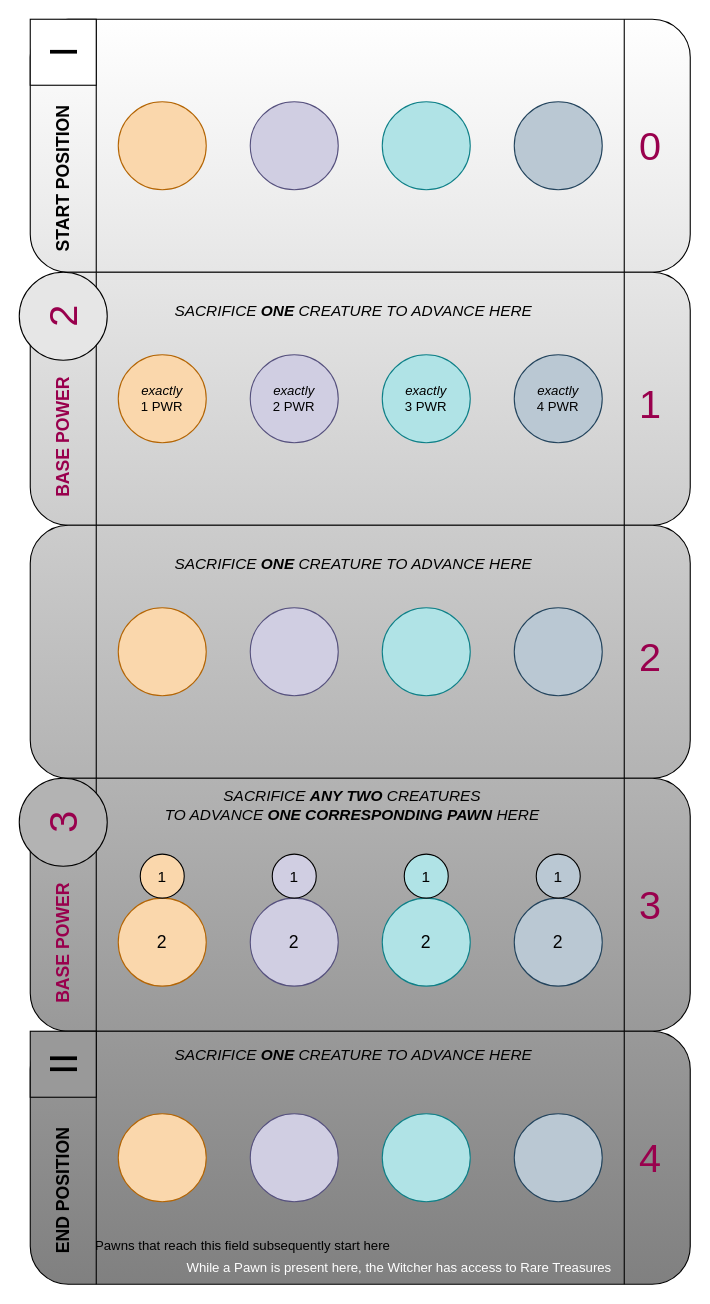
Before: AltarSkirmish.drawio in eldritch-bender/OPMech, a draw.io diagram. Source tidied: cells renumbered, new cells numbered last; positions are measured from the earlier drawing's top-left corner, leaving out a move shared by most shapes. Both pictures are drawn from the tidied source at 110%, with x=0, y=0 at pixel (19, 19).
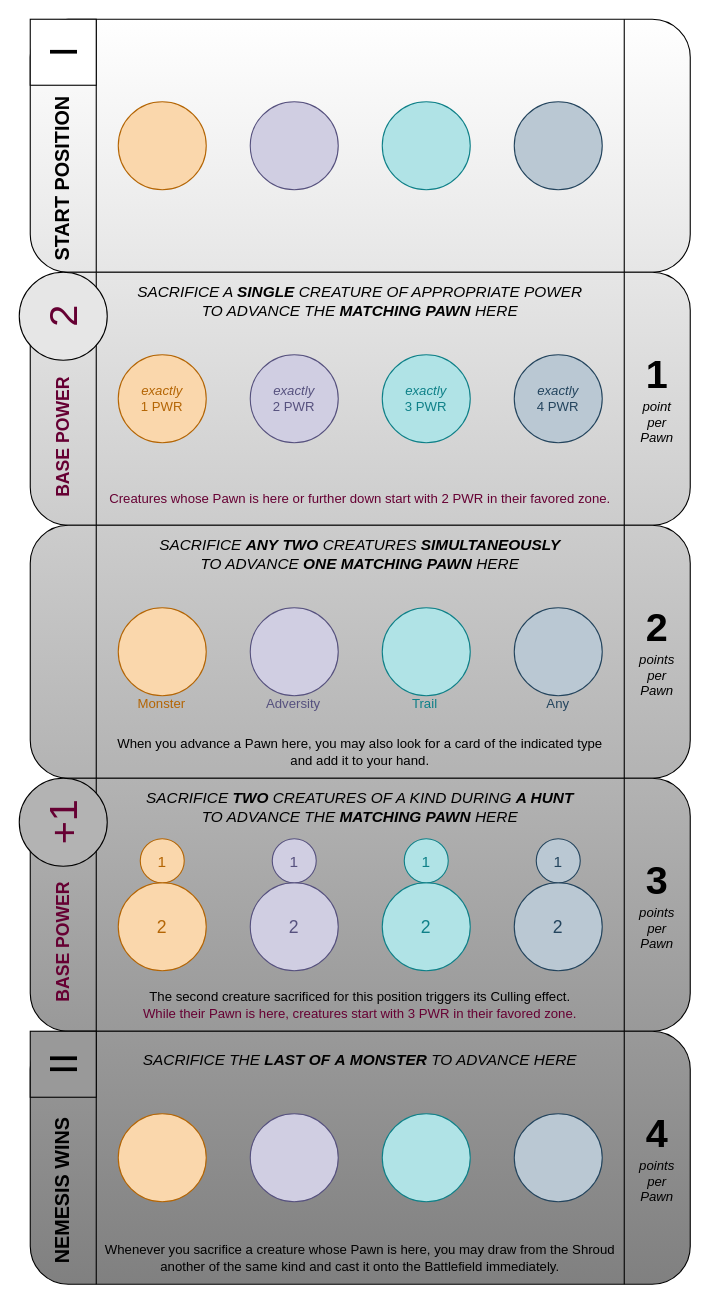
The same diagram, later.

The edit, as a diff of the source:
```diff
@@
-    <mxCell id="8" value="&lt;font style=&quot;font-size: 16px&quot;&gt;2&lt;/font&gt;" style="ellipse;whiteSpace=wrap;html=1;fillColor=#d0cee2;strokeColor=#56517e;rounded=1;" parent="1" vertex="1">
-      <mxGeometry x="210" y="799" width="80" height="80" as="geometry" />
+    <mxCell id="8" value="&lt;font style=&quot;font-size: 16px&quot; color=&quot;#56517e&quot;&gt;2&lt;/font&gt;" style="ellipse;whiteSpace=wrap;html=1;fillColor=#d0cee2;strokeColor=#56517e;rounded=1;" parent="1" vertex="1">
+      <mxGeometry x="210" y="785" width="80" height="80" as="geometry" />
     </mxCell>
-    <mxCell id="9" value="&lt;font style=&quot;font-size: 14px&quot;&gt;1&lt;/font&gt;" style="ellipse;whiteSpace=wrap;html=1;fontSize=16;fillColor=#D0CEE2;" parent="1" vertex="1">
-      <mxGeometry x="230" y="759" width="40" height="40" as="geometry" />
+    <mxCell id="9" value="&lt;font style=&quot;font-size: 14px&quot;&gt;1&lt;/font&gt;" style="ellipse;whiteSpace=wrap;html=1;fontSize=16;fillColor=#D0CEE2;strokeColor=#56517E;fontColor=#56517E;" parent="1" vertex="1">
+      <mxGeometry x="230" y="745" width="40" height="40" as="geometry" />
     </mxCell>
@@
-    <mxCell id="11" value="&lt;i&gt;exactly&lt;/i&gt;&lt;br&gt;2 PWR" style="ellipse;whiteSpace=wrap;html=1;fillColor=#d0cee2;strokeColor=#56517e;rounded=1;" parent="1" vertex="1">
+    <mxCell id="11" value="&lt;i&gt;exactly&lt;/i&gt;&lt;br&gt;2 PWR" style="ellipse;whiteSpace=wrap;html=1;fillColor=#d0cee2;strokeColor=#56517e;rounded=1;fontColor=#56517E;" parent="1" vertex="1">
       <mxGeometry x="210" y="305" width="80" height="80" as="geometry" />
     </mxCell>
@@
-    <mxCell id="16" value="&lt;i&gt;exactly&lt;/i&gt;&lt;br&gt;3 PWR" style="ellipse;whiteSpace=wrap;html=1;fillColor=#b0e3e6;strokeColor=#0e8088;rounded=1;" parent="1" vertex="1">
+    <mxCell id="16" value="&lt;i&gt;exactly&lt;/i&gt;&lt;br&gt;3 PWR" style="ellipse;whiteSpace=wrap;html=1;fillColor=#b0e3e6;strokeColor=#0e8088;rounded=1;fontColor=#0E8088;" parent="1" vertex="1">
       <mxGeometry x="330" y="305" width="80" height="80" as="geometry" />
     </mxCell>
-    <mxCell id="17" value="&lt;i&gt;exactly&lt;/i&gt;&lt;br&gt;4 PWR" style="ellipse;whiteSpace=wrap;html=1;fillColor=#bac8d3;strokeColor=#23445d;rounded=1;" parent="1" vertex="1">
+    <mxCell id="17" value="&lt;i&gt;exactly&lt;/i&gt;&lt;br&gt;4 PWR" style="ellipse;whiteSpace=wrap;html=1;fillColor=#bac8d3;strokeColor=#23445d;rounded=1;fontColor=#23445D;" parent="1" vertex="1">
       <mxGeometry x="450" y="305" width="80" height="80" as="geometry" />
     </mxCell>
-    <mxCell id="18" value="&lt;i&gt;exactly&lt;/i&gt;&lt;br&gt;1 PWR" style="ellipse;whiteSpace=wrap;html=1;fillColor=#fad7ac;strokeColor=#b46504;rounded=1;" parent="1" vertex="1">
+    <mxCell id="18" value="&lt;i&gt;exactly&lt;/i&gt;&lt;br&gt;1 PWR" style="ellipse;whiteSpace=wrap;html=1;fillColor=#fad7ac;strokeColor=#b46504;rounded=1;fontColor=#B46504;" parent="1" vertex="1">
       <mxGeometry x="90" y="305" width="80" height="80" as="geometry" />
     </mxCell>
@@
-    <mxCell id="22" value="&lt;i style=&quot;font-size: 14px&quot;&gt;SACRIFICE &lt;b&gt;ANY&amp;nbsp;TWO &lt;/b&gt;CREATURES&lt;b&gt;&lt;br&gt;&lt;/b&gt;TO ADVANCE&amp;nbsp;&lt;b&gt;ONE CORRESPONDING PAWN&amp;nbsp;&lt;/b&gt;HERE&lt;/i&gt;" style="text;html=1;strokeColor=none;fillColor=none;align=center;verticalAlign=middle;whiteSpace=wrap;rounded=1;" parent="1" vertex="1">
-      <mxGeometry x="63" y="699" width="480" height="30" as="geometry" />
+    <mxCell id="22" value="&lt;i style=&quot;font-size: 14px&quot;&gt;SACRIFICE&amp;nbsp;&lt;b&gt;TWO &lt;/b&gt;CREATURES OF A KIND DURING&amp;nbsp;&lt;b&gt;A HUNT&lt;br&gt;&lt;/b&gt;TO ADVANCE&amp;nbsp;THE &lt;b&gt;MATCHING PAWN&amp;nbsp;&lt;/b&gt;HERE&lt;/i&gt;" style="text;html=1;strokeColor=none;fillColor=none;align=center;verticalAlign=middle;whiteSpace=wrap;rounded=1;" parent="1" vertex="1">
+      <mxGeometry x="70" y="701" width="480" height="30" as="geometry" />
     </mxCell>
-    <mxCell id="23" value="&lt;font style=&quot;font-size: 16px&quot;&gt;2&lt;/font&gt;" style="ellipse;whiteSpace=wrap;html=1;fillColor=#b0e3e6;strokeColor=#0e8088;rounded=1;" parent="1" vertex="1">
-      <mxGeometry x="330" y="799" width="80" height="80" as="geometry" />
+    <mxCell id="23" value="&lt;font style=&quot;font-size: 16px&quot;&gt;2&lt;/font&gt;" style="ellipse;whiteSpace=wrap;html=1;fillColor=#b0e3e6;strokeColor=#0E8088;rounded=1;fontColor=#0E8088;" parent="1" vertex="1">
+      <mxGeometry x="330" y="785" width="80" height="80" as="geometry" />
     </mxCell>
-    <mxCell id="24" value="&lt;font style=&quot;font-size: 16px&quot;&gt;2&lt;/font&gt;" style="ellipse;whiteSpace=wrap;html=1;fillColor=#bac8d3;strokeColor=#23445d;rounded=1;" parent="1" vertex="1">
-      <mxGeometry x="450" y="799" width="80" height="80" as="geometry" />
+    <mxCell id="24" value="&lt;font style=&quot;font-size: 16px&quot;&gt;2&lt;/font&gt;" style="ellipse;whiteSpace=wrap;html=1;fillColor=#bac8d3;strokeColor=#23445D;rounded=1;fontColor=#23445D;" parent="1" vertex="1">
+      <mxGeometry x="450" y="785" width="80" height="80" as="geometry" />
     </mxCell>
-    <mxCell id="25" value="&lt;font style=&quot;font-size: 16px&quot;&gt;2&lt;/font&gt;" style="ellipse;whiteSpace=wrap;html=1;fillColor=#fad7ac;strokeColor=#b46504;rounded=1;" parent="1" vertex="1">
-      <mxGeometry x="90" y="799" width="80" height="80" as="geometry" />
+    <mxCell id="25" value="&lt;font style=&quot;font-size: 16px&quot;&gt;2&lt;/font&gt;" style="ellipse;whiteSpace=wrap;html=1;fillColor=#fad7ac;strokeColor=#b46504;rounded=1;fontColor=#B46504;" parent="1" vertex="1">
+      <mxGeometry x="90" y="785" width="80" height="80" as="geometry" />
     </mxCell>
@@
-    <mxCell id="29" value="&lt;i style=&quot;font-size: 14px&quot;&gt;SACRIFICE &lt;b&gt;ONE&lt;/b&gt; CREATURE TO ADVANCE HERE&lt;/i&gt;" style="text;html=1;strokeColor=none;fillColor=none;align=center;verticalAlign=middle;whiteSpace=wrap;rounded=1;" parent="1" vertex="1">
-      <mxGeometry x="64" y="250" width="480" height="30" as="geometry" />
-    </mxCell>
-    <mxCell id="30" value="&lt;font style=&quot;font-size: 14px&quot;&gt;1&lt;/font&gt;" style="ellipse;whiteSpace=wrap;html=1;fontSize=16;fillColor=#B0E3E6;" parent="1" vertex="1">
-      <mxGeometry x="350" y="759" width="40" height="40" as="geometry" />
+    <mxCell id="30" value="&lt;font style=&quot;font-size: 14px&quot;&gt;1&lt;/font&gt;" style="ellipse;whiteSpace=wrap;html=1;fontSize=16;fillColor=#B0E3E6;strokeColor=#0E8088;fontColor=#0E8088;" parent="1" vertex="1">
+      <mxGeometry x="350" y="745" width="40" height="40" as="geometry" />
     </mxCell>
-    <mxCell id="31" value="&lt;font style=&quot;font-size: 14px&quot;&gt;1&lt;/font&gt;" style="ellipse;whiteSpace=wrap;html=1;fontSize=16;fillColor=#FAD7AC;" parent="1" vertex="1">
-      <mxGeometry x="110" y="759" width="40" height="40" as="geometry" />
+    <mxCell id="31" value="&lt;font style=&quot;font-size: 14px&quot; color=&quot;#b46504&quot;&gt;1&lt;/font&gt;" style="ellipse;whiteSpace=wrap;html=1;fontSize=16;fillColor=#FAD7AC;strokeColor=#B46504;" parent="1" vertex="1">
+      <mxGeometry x="110" y="745" width="40" height="40" as="geometry" />
     </mxCell>
-    <mxCell id="32" value="&lt;font style=&quot;font-size: 14px&quot;&gt;1&lt;/font&gt;" style="ellipse;whiteSpace=wrap;html=1;fontSize=16;fillColor=#BAC8D3;" parent="1" vertex="1">
-      <mxGeometry x="470" y="759" width="40" height="40" as="geometry" />
+    <mxCell id="32" value="&lt;font style=&quot;font-size: 14px&quot;&gt;1&lt;/font&gt;" style="ellipse;whiteSpace=wrap;html=1;fontSize=16;fillColor=#BAC8D3;strokeColor=#23445D;fontColor=#23445D;" parent="1" vertex="1">
+      <mxGeometry x="470" y="745" width="40" height="40" as="geometry" />
     </mxCell>
-    <mxCell id="33" value="&amp;nbsp;Pawns that reach this field subsequently start here" style="text;html=1;strokeColor=none;fillColor=none;align=left;verticalAlign=middle;whiteSpace=wrap;rounded=0;fontSize=12;" parent="1" vertex="1">
-      <mxGeometry x="64" y="1100" width="480" height="30" as="geometry" />
+    <mxCell id="33" value="Whenever you sacrifice a creature whose Pawn is here, you may draw from the Shroud another of the same kind and cast it onto the Battlefield immediately." style="text;strokeColor=none;fillColor=none;align=center;verticalAlign=middle;rounded=0;fontSize=12;whiteSpace=wrap;html=1;spacingTop=0;spacingLeft=7;spacingRight=7;" parent="1" vertex="1">
+      <mxGeometry x="70" y="1111" width="480" height="30" as="geometry" />
     </mxCell>
-    <mxCell id="34" value="&lt;i style=&quot;font-size: 14px&quot;&gt;SACRIFICE &lt;b&gt;ONE&lt;/b&gt; CREATURE TO ADVANCE HERE&lt;/i&gt;" style="text;html=1;strokeColor=none;fillColor=none;align=center;verticalAlign=middle;whiteSpace=wrap;rounded=1;" parent="1" vertex="1">
-      <mxGeometry x="63.5" y="927" width="480" height="30" as="geometry" />
+    <mxCell id="34" value="&lt;i style=&quot;font-size: 14px&quot;&gt;SACRIFICE THE &lt;b&gt;LAST OF&amp;nbsp;A&amp;nbsp;MONSTER&lt;/b&gt; TO ADVANCE HERE&lt;/i&gt;" style="text;html=1;strokeColor=none;fillColor=none;align=center;verticalAlign=middle;whiteSpace=wrap;rounded=1;" parent="1" vertex="1">
+      <mxGeometry x="70" y="931" width="480" height="30" as="geometry" />
     </mxCell>
-    <mxCell id="35" value="While a Pawn is present here, the Witcher has access to Rare Treasures&amp;nbsp;" style="text;html=1;strokeColor=none;fillColor=none;align=right;verticalAlign=middle;whiteSpace=wrap;rounded=0;fontSize=12;fontColor=#FFFFFF;" parent="1" vertex="1">
-      <mxGeometry x="64" y="1120" width="480" height="30" as="geometry" />
-    </mxCell>
-    <mxCell id="36" value="&lt;span style=&quot;font-size: 36px&quot;&gt;0&lt;/span&gt;" style="text;html=1;strokeColor=none;fillColor=none;align=center;verticalAlign=middle;whiteSpace=wrap;rounded=0;fontSize=12;fontColor=#99004D;" parent="1" vertex="1">
-      <mxGeometry x="544" y="100" width="60" height="30" as="geometry" />
-    </mxCell>
-    <mxCell id="37" value="&lt;span style=&quot;font-size: 36px&quot;&gt;1&lt;/span&gt;" style="text;html=1;strokeColor=none;fillColor=none;align=center;verticalAlign=middle;whiteSpace=wrap;rounded=0;fontSize=12;fontColor=#99004D;" parent="1" vertex="1">
-      <mxGeometry x="544" y="335" width="60" height="30" as="geometry" />
-    </mxCell>
-    <mxCell id="38" value="&lt;span style=&quot;font-size: 36px&quot;&gt;2&lt;/span&gt;" style="text;html=1;strokeColor=none;fillColor=none;align=center;verticalAlign=middle;whiteSpace=wrap;rounded=0;fontSize=12;fontColor=#99004D;" parent="1" vertex="1">
-      <mxGeometry x="544" y="565" width="60" height="30" as="geometry" />
-    </mxCell>
-    <mxCell id="39" value="&lt;span style=&quot;font-size: 36px&quot;&gt;3&lt;/span&gt;" style="text;html=1;strokeColor=none;fillColor=none;align=center;verticalAlign=middle;whiteSpace=wrap;rounded=0;fontSize=12;fontColor=#99004D;" parent="1" vertex="1">
-      <mxGeometry x="544" y="790" width="60" height="30" as="geometry" />
-    </mxCell>
-    <mxCell id="40" value="&lt;span style=&quot;font-size: 36px&quot;&gt;4&lt;/span&gt;" style="text;html=1;strokeColor=none;fillColor=none;align=center;verticalAlign=middle;whiteSpace=wrap;rounded=0;fontSize=12;fontColor=#99004D;" parent="1" vertex="1">
-      <mxGeometry x="544" y="1020" width="60" height="30" as="geometry" />
-    </mxCell>
-    <mxCell id="41" value="&lt;font style=&quot;font-size: 16px&quot;&gt;BASE POWER&lt;br&gt;&lt;/font&gt;" style="text;html=1;strokeColor=none;fillColor=none;align=center;verticalAlign=middle;whiteSpace=wrap;horizontal=0;fontStyle=1;rounded=0;fontColor=#99004D;" parent="1" vertex="1">
-      <mxGeometry x="10" y="760" width="60" height="160" as="geometry" />
+    <mxCell id="41" value="&lt;font style=&quot;font-size: 16px&quot;&gt;BASE POWER&lt;br&gt;&lt;/font&gt;" style="text;html=1;strokeColor=none;fillColor=none;align=center;verticalAlign=middle;whiteSpace=wrap;horizontal=0;fontStyle=1;rounded=0;fontColor=#660033;" parent="1" vertex="1">
+      <mxGeometry x="10" y="759" width="60" height="160" as="geometry" />
     </mxCell>
-    <mxCell id="42" value="&lt;font color=&quot;#99004d&quot;&gt;3&lt;/font&gt;" style="ellipse;whiteSpace=wrap;html=1;labelBackgroundColor=none;labelBorderColor=none;fontSize=36;fontColor=#000000;fillColor=#B3B3B3;gradientColor=none;verticalAlign=middle;horizontal=0;" parent="1" vertex="1">
+    <mxCell id="42" value="&lt;font&gt;+1&lt;/font&gt;" style="ellipse;whiteSpace=wrap;html=1;labelBackgroundColor=none;labelBorderColor=none;fontSize=36;fontColor=#660033;fillColor=#B3B3B3;gradientColor=none;verticalAlign=middle;horizontal=0;" parent="1" vertex="1">
       <mxGeometry y="690" width="80" height="80" as="geometry" />
     </mxCell>
@@
-    <mxCell id="44" value="&lt;span style=&quot;font-size: 16px&quot;&gt;START POSITION&lt;/span&gt;" style="text;html=1;strokeColor=none;fillColor=none;align=center;verticalAlign=middle;whiteSpace=wrap;horizontal=0;fontStyle=1;rounded=0;fontColor=#000000;labelBackgroundColor=none;labelBorderColor=none;" parent="1" vertex="1">
+    <mxCell id="44" value="&lt;span style=&quot;font-size: 18px;&quot;&gt;START POSITION&lt;/span&gt;" style="text;html=1;strokeColor=none;fillColor=none;align=center;verticalAlign=middle;whiteSpace=wrap;horizontal=0;fontStyle=1;rounded=0;fontColor=#000000;labelBackgroundColor=none;labelBorderColor=none;fontSize=18;" parent="1" vertex="1">
       <mxGeometry x="10" y="60" width="60" height="170" as="geometry" />
     </mxCell>
@@
-    <mxCell id="46" value="&lt;span style=&quot;font-size: 16px&quot;&gt;END POSITION&lt;/span&gt;" style="text;html=1;strokeColor=none;fillColor=none;align=center;verticalAlign=middle;whiteSpace=wrap;horizontal=0;fontStyle=1;rounded=0;fontColor=#000000;labelBackgroundColor=none;labelBorderColor=none;" parent="1" vertex="1">
+    <mxCell id="46" value="&lt;span style=&quot;font-size: 18px;&quot;&gt;NEMESIS WINS&lt;/span&gt;" style="text;html=1;strokeColor=none;fillColor=none;align=center;verticalAlign=middle;whiteSpace=wrap;horizontal=0;fontStyle=1;rounded=0;fontColor=#000000;labelBackgroundColor=none;labelBorderColor=none;fontSize=18;" parent="1" vertex="1">
       <mxGeometry x="10" y="980" width="60" height="170" as="geometry" />
     </mxCell>
-    <mxCell id="47" value="&lt;i style=&quot;font-size: 14px&quot;&gt;SACRIFICE &lt;b&gt;ONE&lt;/b&gt; CREATURE TO ADVANCE HERE&lt;/i&gt;" style="text;html=1;strokeColor=none;fillColor=none;align=center;verticalAlign=middle;whiteSpace=wrap;rounded=1;" parent="1" vertex="1">
-      <mxGeometry x="64" y="480" width="480" height="30" as="geometry" />
+    <mxCell id="47" value="&lt;i style=&quot;font-size: 14px&quot;&gt;SACRIFICE &lt;b&gt;ANY&amp;nbsp;TWO&amp;nbsp;&lt;/b&gt;CREATURES &lt;b&gt;SIMULTANEOUSLY&lt;/b&gt;&lt;br&gt;TO ADVANCE &lt;b&gt;ONE MATCHING PAWN&lt;/b&gt; HERE&lt;/i&gt;" style="text;html=1;strokeColor=none;fillColor=none;align=center;verticalAlign=middle;whiteSpace=wrap;rounded=1;" parent="1" vertex="1">
+      <mxGeometry x="70" y="471" width="480" height="30" as="geometry" />
     </mxCell>
-    <mxCell id="48" value="&lt;font style=&quot;font-size: 16px&quot;&gt;BASE POWER&lt;br&gt;&lt;/font&gt;" style="text;html=1;strokeColor=none;fillColor=none;align=center;verticalAlign=middle;whiteSpace=wrap;horizontal=0;fontStyle=1;rounded=0;fontColor=#99004D;" parent="1" vertex="1">
+    <mxCell id="48" value="&lt;font style=&quot;font-size: 16px&quot;&gt;BASE POWER&lt;br&gt;&lt;/font&gt;" style="text;html=1;strokeColor=none;fillColor=none;align=center;verticalAlign=middle;whiteSpace=wrap;horizontal=0;fontStyle=1;rounded=0;fontColor=#660033;" parent="1" vertex="1">
       <mxGeometry x="10" y="300" width="60" height="160" as="geometry" />
     </mxCell>
-    <mxCell id="49" value="&lt;font color=&quot;#99004d&quot;&gt;2&lt;/font&gt;" style="ellipse;whiteSpace=wrap;html=1;labelBackgroundColor=none;labelBorderColor=none;fontSize=36;fontColor=#000000;fillColor=#E6E6E6;gradientColor=none;verticalAlign=middle;horizontal=0;" parent="1" vertex="1">
+    <mxCell id="49" value="&lt;font&gt;2&lt;/font&gt;" style="ellipse;whiteSpace=wrap;html=1;labelBackgroundColor=none;labelBorderColor=none;fontSize=36;fontColor=#660033;fillColor=#E6E6E6;gradientColor=none;verticalAlign=middle;horizontal=0;" parent="1" vertex="1">
       <mxGeometry y="230" width="80" height="80" as="geometry" />
     </mxCell>
+    <mxCell id="50" value="&amp;nbsp; &amp;nbsp; &amp;nbsp; &amp;nbsp; &amp;nbsp;&lt;font color=&quot;#b46504&quot;&gt;Monster&lt;/font&gt;&amp;nbsp; &amp;nbsp; &amp;nbsp; &amp;nbsp; &amp;nbsp; &amp;nbsp; &amp;nbsp; &amp;nbsp; &amp;nbsp; &amp;nbsp; &amp;nbsp;&amp;nbsp;&lt;font color=&quot;#56517e&quot;&gt;Adversity&lt;/font&gt;&amp;nbsp; &amp;nbsp; &amp;nbsp; &amp;nbsp; &amp;nbsp; &amp;nbsp; &amp;nbsp; &amp;nbsp; &amp;nbsp; &amp;nbsp; &amp;nbsp; &amp;nbsp; &amp;nbsp;&lt;font color=&quot;#0e8088&quot;&gt;Trail&lt;/font&gt;&amp;nbsp; &amp;nbsp; &amp;nbsp; &amp;nbsp; &amp;nbsp; &amp;nbsp; &amp;nbsp; &amp;nbsp; &amp;nbsp; &amp;nbsp; &amp;nbsp; &amp;nbsp; &amp;nbsp; &amp;nbsp; &amp;nbsp; &lt;font color=&quot;#23445d&quot;&gt;Any&lt;/font&gt;" style="text;html=1;strokeColor=none;fillColor=none;align=left;verticalAlign=middle;whiteSpace=wrap;rounded=0;fontSize=12;spacingLeft=6;spacingRight=6;" parent="1" vertex="1">
+      <mxGeometry x="70" y="608" width="480" height="30" as="geometry" />
+    </mxCell>
+    <mxCell id="51" value="The second creature sacrificed for this position triggers its Culling effect.&lt;br&gt;&lt;font color=&quot;#660033&quot;&gt;While their Pawn is here, creatures start with 3 PWR in their favored zone.&lt;/font&gt;" style="text;html=1;strokeColor=none;fillColor=none;align=center;verticalAlign=middle;whiteSpace=wrap;rounded=0;fontSize=12;spacingLeft=7;spacingRight=7;" parent="1" vertex="1">
+      <mxGeometry x="70" y="881" width="480" height="30" as="geometry" />
+    </mxCell>
+    <mxCell id="52" value="&lt;font color=&quot;#660033&quot;&gt;Creatures whose Pawn is here or further down start with 2 PWR in their favored zone.&lt;/font&gt;" style="text;html=1;strokeColor=none;fillColor=none;align=center;verticalAlign=middle;whiteSpace=wrap;rounded=0;fontSize=12;spacingLeft=7;spacingRight=7;" parent="1" vertex="1">
+      <mxGeometry x="70" y="421" width="480" height="30" as="geometry" />
+    </mxCell>
+    <mxCell id="53" value="&lt;span&gt;&lt;font style=&quot;font-size: 36px&quot;&gt;&lt;b&gt;3&lt;/b&gt;&lt;/font&gt;&lt;br&gt;&lt;i&gt;points&lt;br&gt;per&lt;br&gt;Pawn&lt;/i&gt;&lt;br&gt;&lt;/span&gt;" style="text;html=1;strokeColor=none;fillColor=none;align=center;verticalAlign=middle;whiteSpace=wrap;rounded=0;fontSize=12;fontColor=#000000;labelBackgroundColor=none;" parent="1" vertex="1">
+      <mxGeometry x="550" y="690" width="60" height="230" as="geometry" />
+    </mxCell>
+    <mxCell id="54" value="&lt;span&gt;&lt;font style=&quot;font-size: 36px&quot;&gt;&lt;b&gt;2&lt;/b&gt;&lt;/font&gt;&lt;br&gt;&lt;i&gt;points&lt;br&gt;per&lt;br&gt;Pawn&lt;/i&gt;&lt;br&gt;&lt;/span&gt;" style="text;html=1;strokeColor=none;fillColor=none;align=center;verticalAlign=middle;whiteSpace=wrap;rounded=0;fontSize=12;fontColor=#000000;labelBackgroundColor=none;" parent="1" vertex="1">
+      <mxGeometry x="550" y="460" width="60" height="230" as="geometry" />
+    </mxCell>
+    <mxCell id="55" value="&lt;i style=&quot;font-size: 14px&quot;&gt;SACRIFICE A &lt;b&gt;SINGLE&lt;/b&gt; CREATURE OF APPROPRIATE POWER&lt;br&gt;TO ADVANCE THE &lt;b&gt;MATCHING PAWN&lt;/b&gt; HERE&lt;br&gt;&lt;/i&gt;" style="text;html=1;strokeColor=none;fillColor=none;align=center;verticalAlign=middle;whiteSpace=wrap;rounded=1;" parent="1" vertex="1">
+      <mxGeometry x="70" y="241" width="480" height="30" as="geometry" />
+    </mxCell>
+    <mxCell id="56" value="When you advance a Pawn here, you may also look for a card of the indicated type and add it to your hand." style="text;html=1;strokeColor=none;fillColor=none;align=center;verticalAlign=middle;whiteSpace=wrap;rounded=0;fontSize=12;spacingLeft=7;spacingRight=7;" parent="1" vertex="1">
+      <mxGeometry x="70" y="651" width="480" height="30" as="geometry" />
+    </mxCell>
+    <mxCell id="57" value="&lt;span&gt;&lt;span style=&quot;font-size: 36px&quot;&gt;&lt;b&gt;4&lt;/b&gt;&lt;/span&gt;&lt;br&gt;&lt;i&gt;points&lt;br&gt;per&lt;br&gt;Pawn&lt;/i&gt;&lt;br&gt;&lt;/span&gt;" style="text;html=1;strokeColor=none;fillColor=none;align=center;verticalAlign=middle;whiteSpace=wrap;rounded=0;fontSize=12;fontColor=#000000;labelBackgroundColor=none;" parent="1" vertex="1">
+      <mxGeometry x="550" y="920" width="60" height="230" as="geometry" />
+    </mxCell>
+    <mxCell id="58" value="&lt;span&gt;&lt;span style=&quot;font-size: 36px&quot;&gt;&lt;b&gt;1&lt;/b&gt;&lt;/span&gt;&lt;br&gt;&lt;i&gt;point&lt;br&gt;per&lt;br&gt;Pawn&lt;/i&gt;&lt;br&gt;&lt;/span&gt;" style="text;html=1;strokeColor=none;fillColor=none;align=center;verticalAlign=middle;whiteSpace=wrap;rounded=0;fontSize=12;fontColor=#000000;labelBackgroundColor=none;" parent="1" vertex="1">
+      <mxGeometry x="550" y="230" width="60" height="230" as="geometry" />
+    </mxCell>
```
